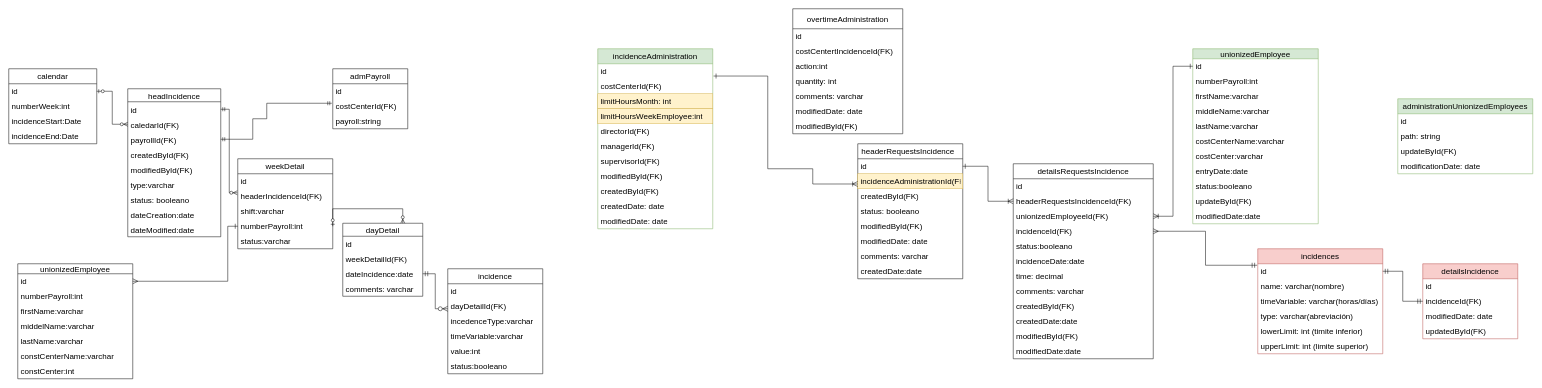
The draw.io diagram page "Page-RelationalDiagram" (1 of 2) of Untitled Diagram.drawio in SocorroGC30/prueba3, before the edit. Source tidied: cells renumbered, new cells numbered last; positions are measured from the earlier drawing's top-left corner, leaving out a move shared by most shapes. Both pictures are drawn from the tidied source at 50%, with x=0, y=0 at pixel (8, 8).
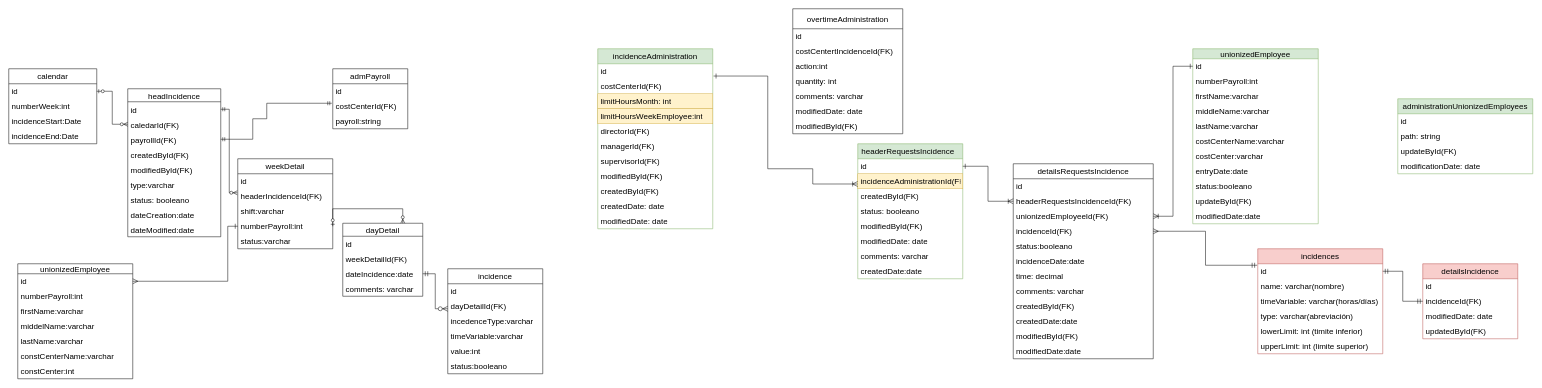
The same page after the edit.

The edit, as a diff of the source:
```diff
@@
-    <mxCell id="44" value="headerRequestsIncidence&amp;nbsp;&amp;nbsp;" style="swimlane;fontStyle=0;horizontal=1;startSize=30;whiteSpace=wrap;html=1;fontSize=16;rounded=0;" parent="1" vertex="1">
+    <mxCell id="44" value="headerRequestsIncidence&amp;nbsp;&amp;nbsp;" style="swimlane;fontStyle=0;horizontal=1;startSize=30;whiteSpace=wrap;html=1;fontSize=16;rounded=0;fillColor=#d5e8d4;strokeColor=#82b366;" parent="1" vertex="1">
       <mxGeometry x="1698" y="270" width="210" height="270" as="geometry" />
     </mxCell>
```
